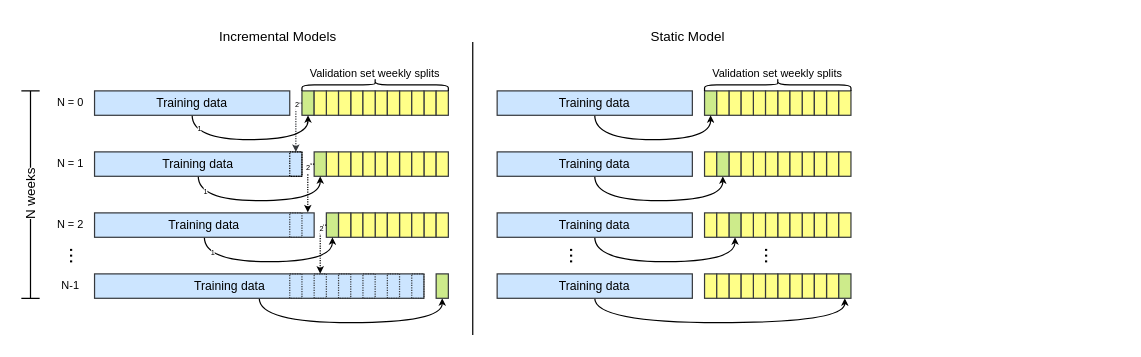
Before: page "Incremental Training Figure" (7 of 7) of Untitled Diagram.drawio in andreasolborg/illustrations, a draw.io diagram. Source tidied: cells renumbered, new cells numbered last; positions are measured from the earlier drawing's top-left corner, leaving out a move shared by most shapes. Both pictures are drawn from the tidied source at 122%, with x=0, y=0 at pixel (21, 11).
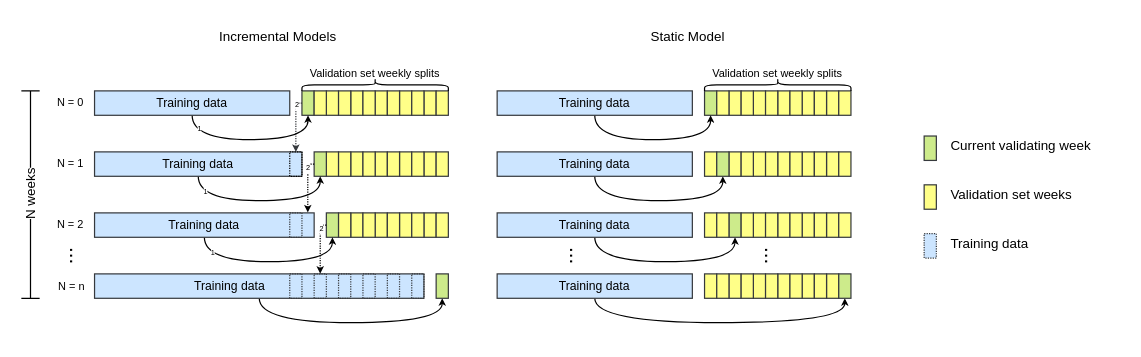
Above is the later version.

What changed in the source:
```diff
@@
-    <mxCell id="123" value="N-1" style="text;html=1;align=center;verticalAlign=middle;strokeColor=none;fillColor=none;fontFamily=Helvetica;fontSize=9;fontColor=default;labelBackgroundColor=default;" parent="1" vertex="1">
-      <mxGeometry x="20" y="215" width="40" height="20" as="geometry" />
+    <mxCell id="123" value="N = n" style="text;html=1;align=center;verticalAlign=middle;strokeColor=none;fillColor=none;fontFamily=Helvetica;fontSize=9;fontColor=default;labelBackgroundColor=default;" parent="1" vertex="1">
+      <mxGeometry x="21" y="214" width="40" height="23" as="geometry" />
     </mxCell>
@@
-    <mxCell id="130" style="endArrow=none;html=1;rounded=0;strokeColor=default;align=center;verticalAlign=middle;fontFamily=Helvetica;fontSize=11;fontColor=default;labelBackgroundColor=default;edgeStyle=orthogonalEdgeStyle;endSize=3;curved=1;" parent="1" edge="1">
-      <mxGeometry relative="1" as="geometry">
-        <mxPoint x="370" y="265" as="sourcePoint" />
-        <mxPoint x="370" y="25" as="targetPoint" />
-      </mxGeometry>
-    </mxCell>
+    <mxCell id="131" style="rounded=0;whiteSpace=wrap;html=1;fillColor=#cdeb8b;strokeColor=#36393d;" parent="1" vertex="1">
+      <mxGeometry x="740" y="102" width="10" height="20" as="geometry" />
+    </mxCell>
+    <mxCell id="132" style="rounded=0;whiteSpace=wrap;html=1;fillColor=#ffff88;strokeColor=#36393d;" parent="1" vertex="1">
+      <mxGeometry x="740" y="142" width="10" height="20" as="geometry" />
+    </mxCell>
+    <mxCell id="133" style="rounded=0;whiteSpace=wrap;html=1;fillColor=#cce5ff;strokeColor=#36393d;dashed=1;dashPattern=1 1;strokeWidth=1;" parent="1" vertex="1">
+      <mxGeometry x="740" y="182" width="10" height="20" as="geometry" />
+    </mxCell>
+    <mxCell id="134" value="Training data" style="text;html=1;align=left;verticalAlign=middle;strokeColor=none;fillColor=none;fontFamily=Helvetica;fontSize=11;fontColor=default;labelBackgroundColor=default;" parent="1" vertex="1">
+      <mxGeometry x="760" y="175" width="90" height="30" as="geometry" />
+    </mxCell>
+    <mxCell id="135" value="Current validating week" style="text;html=1;align=left;verticalAlign=middle;strokeColor=none;fillColor=none;fontFamily=Helvetica;fontSize=11;fontColor=default;labelBackgroundColor=default;" parent="1" vertex="1">
+      <mxGeometry x="760" y="95" width="140" height="30" as="geometry" />
+    </mxCell>
+    <mxCell id="136" value="Validation set weeks" style="text;html=1;align=left;verticalAlign=middle;strokeColor=none;fillColor=none;fontFamily=Helvetica;fontSize=11;fontColor=default;labelBackgroundColor=default;" parent="1" vertex="1">
+      <mxGeometry x="760" y="135" width="120" height="30" as="geometry" />
+    </mxCell>
```
